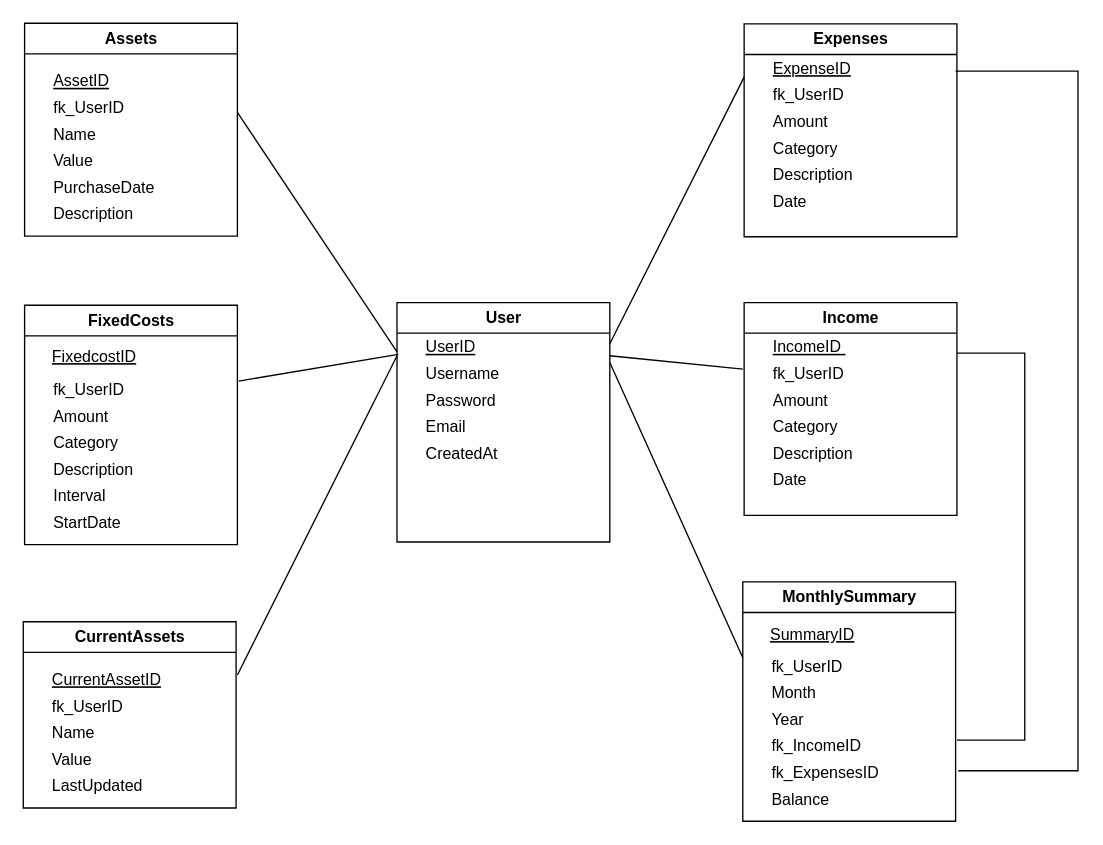
Above: page "relationales_Modell" (1 of 3) of Diagramme/Moneymind.drawio in Timon1177/MoneyMind (draw.io), before the change. Source tidied: cells renumbered, new cells numbered last; positions are measured from the earlier drawing's top-left corner, leaving out a move shared by most shapes. Both pictures are drawn from the tidied source at 133%, with x=0, y=0 at pixel (23, 23).
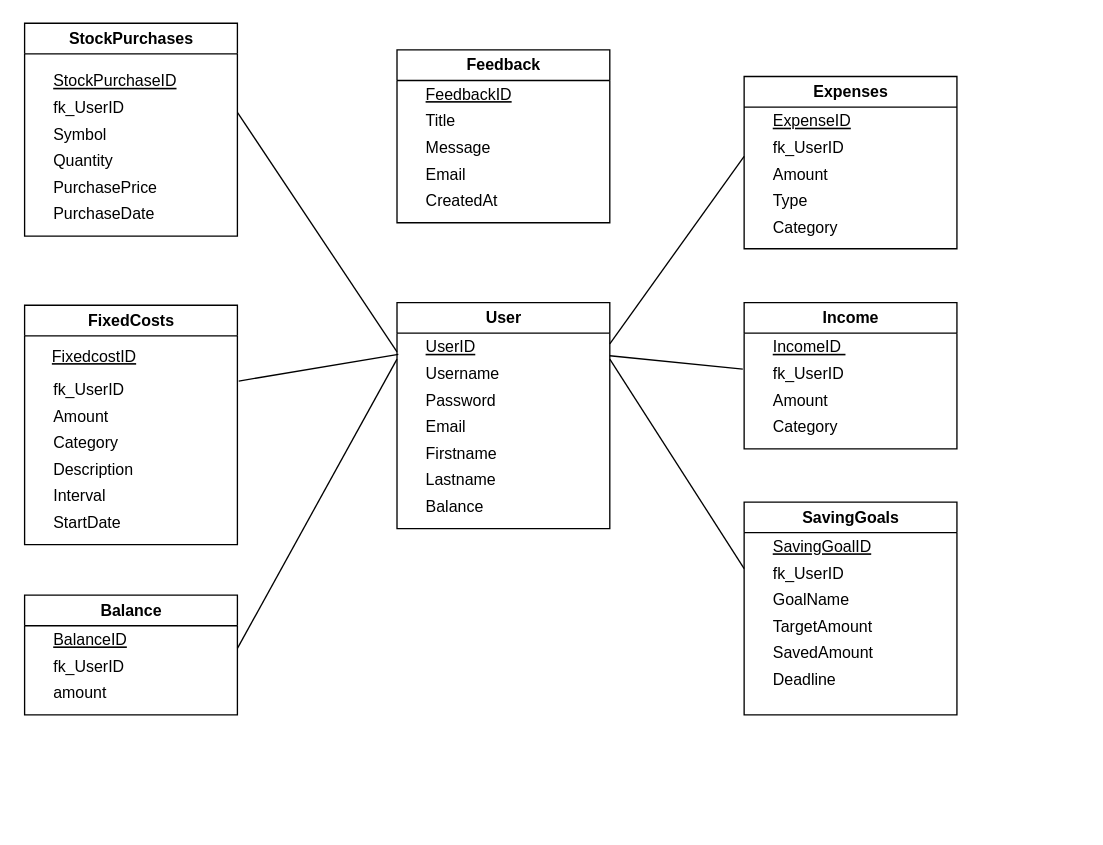
After the change.

Change to the diagram source:
```diff
@@
     <mxCell id="2" value="Income" style="swimlane;html=1;" parent="1" vertex="1">
-      <mxGeometry x="542" y="210" width="160" height="160" as="geometry" />
+      <mxGeometry x="542" y="210" width="160" height="110" as="geometry" />
     </mxCell>
-    <mxCell id="3" value="Date" style="text;" parent="2" vertex="1">
-      <mxGeometry x="20" y="120" width="120" height="20" as="geometry" />
-    </mxCell>
     <mxCell id="4" value="User" style="swimlane;html=1;" parent="1" vertex="1">
-      <mxGeometry x="281" y="210" width="160" height="180" as="geometry" />
+      <mxGeometry x="281" y="210" width="160" height="170" as="geometry" />
     </mxCell>
@@
-    <mxCell id="9" value="CreatedAt" style="text;" parent="4" vertex="1">
+    <mxCell id="9" value="Firstname" style="text;" parent="4" vertex="1">
       <mxGeometry x="20" y="100" width="120" height="20" as="geometry" />
     </mxCell>
+    <mxCell id="59" value="Lastname" style="text;" parent="4" vertex="1">
+      <mxGeometry x="20" y="120" width="120" height="20" as="geometry" />
+    </mxCell>
+    <mxCell id="49" value="Balance" style="text;" parent="4" vertex="1">
+      <mxGeometry x="20" y="140" width="120" height="20" as="geometry" />
+    </mxCell>
     <mxCell id="10" value="Expenses" style="swimlane;html=1;" parent="1" vertex="1">
-      <mxGeometry x="542" y="0.5" width="160" height="160" as="geometry" />
+      <mxGeometry x="542" y="40" width="160" height="129.5" as="geometry" />
     </mxCell>
@@
-    <mxCell id="14" value="Category" style="text;" parent="10" vertex="1">
+    <mxCell id="14" value="Type" style="text;" parent="10" vertex="1">
       <mxGeometry x="20" y="80" width="120" height="20" as="geometry" />
     </mxCell>
-    <mxCell id="15" value="Description" style="text;" parent="10" vertex="1">
+    <mxCell id="15" value="Category" style="text;" parent="10" vertex="1">
       <mxGeometry x="20" y="100" width="120" height="20" as="geometry" />
     </mxCell>
-    <mxCell id="16" value="Date" style="text;" parent="10" vertex="1">
-      <mxGeometry x="20" y="120" width="120" height="20" as="geometry" />
-    </mxCell>
@@
-    <mxCell id="21" value="Description" style="text;" parent="1" vertex="1">
-      <mxGeometry x="562" y="310" width="120" height="20" as="geometry" />
-    </mxCell>
@@
-    <mxCell id="30" value="Assets" style="swimlane;html=1;" parent="1" vertex="1">
+    <mxCell id="30" value="StockPurchases" style="swimlane;html=1;" parent="1" vertex="1">
       <mxGeometry x="1" width="160" height="160" as="geometry" />
     </mxCell>
-    <mxCell id="31" value="Description" style="text;" parent="30" vertex="1">
+    <mxCell id="31" value="PurchaseDate" style="text;" parent="30" vertex="1">
       <mxGeometry x="20" y="130" width="120" height="20" as="geometry" />
     </mxCell>
-    <mxCell id="32" value="AssetID" style="text;fontStyle=4;" parent="30" vertex="1">
+    <mxCell id="32" value="StockPurchaseID" style="text;fontStyle=4;" parent="30" vertex="1">
       <mxGeometry x="20" y="30" width="120" height="20" as="geometry" />
     </mxCell>
@@
-    <mxCell id="34" value="Name" style="text;" parent="30" vertex="1">
+    <mxCell id="34" value="Symbol" style="text;" parent="30" vertex="1">
       <mxGeometry x="20" y="70" width="120" height="20" as="geometry" />
     </mxCell>
-    <mxCell id="35" value="Value" style="text;" parent="30" vertex="1">
+    <mxCell id="35" value="Quantity" style="text;" parent="30" vertex="1">
       <mxGeometry x="20" y="90" width="120" height="20" as="geometry" />
     </mxCell>
-    <mxCell id="36" value="PurchaseDate" style="text;" parent="30" vertex="1">
+    <mxCell id="36" value="PurchasePrice" style="text;" parent="30" vertex="1">
       <mxGeometry x="20" y="110" width="120" height="20" as="geometry" />
     </mxCell>
-    <mxCell id="37" value="CurrentAssets" style="swimlane;html=1;" parent="1" vertex="1">
-      <mxGeometry y="450" width="160" height="140" as="geometry" />
-    </mxCell>
-    <mxCell id="38" value="CurrentAssetID" style="text;fontStyle=4;" parent="37" vertex="1">
-      <mxGeometry x="20" y="30" width="120" height="20" as="geometry" />
-    </mxCell>
-    <mxCell id="39" value="fk_UserID" style="text;" parent="37" vertex="1">
-      <mxGeometry x="20" y="50" width="120" height="20" as="geometry" />
-    </mxCell>
-    <mxCell id="40" value="Name" style="text;" parent="37" vertex="1">
-      <mxGeometry x="20" y="70" width="120" height="20" as="geometry" />
-    </mxCell>
-    <mxCell id="41" value="Value" style="text;" parent="37" vertex="1">
-      <mxGeometry x="20" y="90" width="120" height="20" as="geometry" />
-    </mxCell>
-    <mxCell id="42" value="LastUpdated" style="text;" parent="37" vertex="1">
-      <mxGeometry x="20" y="110" width="120" height="20" as="geometry" />
-    </mxCell>
-    <mxCell id="43" value="MonthlySummary" style="swimlane;html=1;" parent="1" vertex="1">
-      <mxGeometry x="541" y="420" width="160" height="180" as="geometry" />
-    </mxCell>
-    <mxCell id="44" value="fk_ExpensesID" style="text;" parent="43" vertex="1">
-      <mxGeometry x="20" y="130" width="120" height="20" as="geometry" />
-    </mxCell>
-    <mxCell id="45" value="Month" style="text;" parent="43" vertex="1">
-      <mxGeometry x="20" y="70" width="120" height="20" as="geometry" />
-    </mxCell>
-    <mxCell id="46" value="Year" style="text;" parent="43" vertex="1">
-      <mxGeometry x="20" y="90" width="120" height="20" as="geometry" />
-    </mxCell>
-    <mxCell id="47" value="fk_IncomeID" style="text;" parent="43" vertex="1">
-      <mxGeometry x="20" y="110" width="120" height="20" as="geometry" />
-    </mxCell>
-    <mxCell id="48" value="fk_UserID" style="text;" parent="43" vertex="1">
-      <mxGeometry x="20" y="50" width="120" height="20" as="geometry" />
-    </mxCell>
-    <mxCell id="49" value="Balance" style="text;" parent="43" vertex="1">
-      <mxGeometry x="20" y="150" width="120" height="20" as="geometry" />
-    </mxCell>
-    <mxCell id="50" value="SummaryID" style="text;fontStyle=4;" parent="43" vertex="1">
-      <mxGeometry x="19" y="26" width="120" height="15" as="geometry" />
-    </mxCell>
@@
-    <mxCell id="52" style="endArrow=none;html=1;rounded=0;entryX=1;entryY=0.25;entryDx=0;entryDy=0;" parent="1" edge="1" target="4">
-      <mxGeometry relative="1" as="geometry">
-        <mxPoint x="541" y="477" as="sourcePoint" />
-      </mxGeometry>
-    </mxCell>
-    <mxCell id="53" style="endArrow=none;html=1;rounded=0;entryX=0;entryY=0.25;entryDx=0;entryDy=0;" parent="1" edge="1" target="10">
+    <mxCell id="53" style="endArrow=none;html=1;rounded=0;" parent="1" edge="1">
       <mxGeometry relative="1" as="geometry">
         <mxPoint x="441" y="241" as="sourcePoint" />
+        <mxPoint x="542" y="100" as="targetPoint" />
       </mxGeometry>
     </mxCell>
-    <mxCell id="54" style="endArrow=none;html=1;rounded=0;" parent="1" edge="1">
-      <mxGeometry relative="1" as="geometry">
-        <mxPoint x="161" y="490" as="sourcePoint" />
-        <mxPoint x="281" y="250" as="targetPoint" />
-      </mxGeometry>
-    </mxCell>
@@
-    <mxCell id="57" style="endArrow=none;html=1;rounded=0;" parent="1" edge="1">
-      <mxGeometry relative="1" as="geometry">
-        <mxPoint x="702" y="539" as="sourcePoint" />
-        <mxPoint x="702" y="248" as="targetPoint" />
-        <Array as="points">
-          <mxPoint x="753" y="539" />
-          <mxPoint x="753" y="248" />
-        </Array>
-      </mxGeometry>
-    </mxCell>
-    <mxCell id="58" style="endArrow=none;html=1;rounded=0;" parent="1" edge="1">
-      <mxGeometry relative="1" as="geometry">
-        <mxPoint x="703" y="562" as="sourcePoint" />
-        <mxPoint x="701" y="36" as="targetPoint" />
-        <Array as="points">
-          <mxPoint x="793" y="562" />
-          <mxPoint x="793" y="36" />
-        </Array>
-      </mxGeometry>
-    </mxCell>
+    <mxCell id="60" value="SavingGoals" style="swimlane;html=1;" parent="1" vertex="1">
+      <mxGeometry x="542" y="360" width="160" height="160" as="geometry" />
+    </mxCell>
+    <mxCell id="61" value="SavingGoalID" style="text;fontStyle=4;" parent="60" vertex="1">
+      <mxGeometry x="20" y="20" width="120" height="20" as="geometry" />
+    </mxCell>
+    <mxCell id="62" value="fk_UserID" style="text;" parent="60" vertex="1">
+      <mxGeometry x="20" y="40" width="120" height="20" as="geometry" />
+    </mxCell>
+    <mxCell id="63" value="GoalName" style="text;" parent="60" vertex="1">
+      <mxGeometry x="20" y="60" width="120" height="20" as="geometry" />
+    </mxCell>
+    <mxCell id="64" value="TargetAmount" style="text;" parent="60" vertex="1">
+      <mxGeometry x="20" y="80" width="120" height="20" as="geometry" />
+    </mxCell>
+    <mxCell id="65" value="SavedAmount" style="text;" parent="60" vertex="1">
+      <mxGeometry x="20" y="100" width="120" height="20" as="geometry" />
+    </mxCell>
+    <mxCell id="66" value="Deadline" style="text;" parent="60" vertex="1">
+      <mxGeometry x="20" y="120" width="120" height="20" as="geometry" />
+    </mxCell>
+    <mxCell id="67" value="Feedback" style="swimlane;html=1;" parent="1" vertex="1">
+      <mxGeometry x="281" y="20" width="160" height="130" as="geometry" />
+    </mxCell>
+    <mxCell id="68" value="FeedbackID" style="text;fontStyle=4;" parent="67" vertex="1">
+      <mxGeometry x="20" y="20" width="120" height="20" as="geometry" />
+    </mxCell>
+    <mxCell id="69" value="Message" style="text;" parent="67" vertex="1">
+      <mxGeometry x="20" y="60" width="120" height="20" as="geometry" />
+    </mxCell>
+    <mxCell id="70" value="CreatedAt" style="text;" parent="67" vertex="1">
+      <mxGeometry x="20" y="100" width="120" height="20" as="geometry" />
+    </mxCell>
+    <mxCell id="71" value="Email" style="text;" parent="67" vertex="1">
+      <mxGeometry x="20" y="80" width="120" height="20" as="geometry" />
+    </mxCell>
+    <mxCell id="72" value="Title" style="text;" parent="67" vertex="1">
+      <mxGeometry x="20" y="40" width="120" height="20" as="geometry" />
+    </mxCell>
+    <mxCell id="73" value="Balance" style="swimlane;html=1;" parent="1" vertex="1">
+      <mxGeometry x="1" y="430" width="160" height="90" as="geometry" />
+    </mxCell>
+    <mxCell id="74" value="BalanceID" style="text;fontStyle=4;" parent="73" vertex="1">
+      <mxGeometry x="20" y="20" width="120" height="20" as="geometry" />
+    </mxCell>
+    <mxCell id="75" value="fk_UserID" style="text;" parent="73" vertex="1">
+      <mxGeometry x="20" y="40" width="120" height="20" as="geometry" />
+    </mxCell>
+    <mxCell id="76" value="amount" style="text;" parent="73" vertex="1">
+      <mxGeometry x="20" y="60" width="120" height="20" as="geometry" />
+    </mxCell>
+    <mxCell id="77" style="endArrow=none;html=1;rounded=0;entryX=1;entryY=0.25;entryDx=0;entryDy=0;" parent="1" edge="1" target="4">
+      <mxGeometry relative="1" as="geometry">
+        <mxPoint x="542" y="410" as="sourcePoint" />
+      </mxGeometry>
+    </mxCell>
+    <mxCell id="78" style="endArrow=none;html=1;rounded=0;entryX=0;entryY=0.25;entryDx=0;entryDy=0;" parent="1" edge="1" target="4">
+      <mxGeometry relative="1" as="geometry">
+        <mxPoint x="161" y="470" as="sourcePoint" />
+      </mxGeometry>
+    </mxCell>
```
